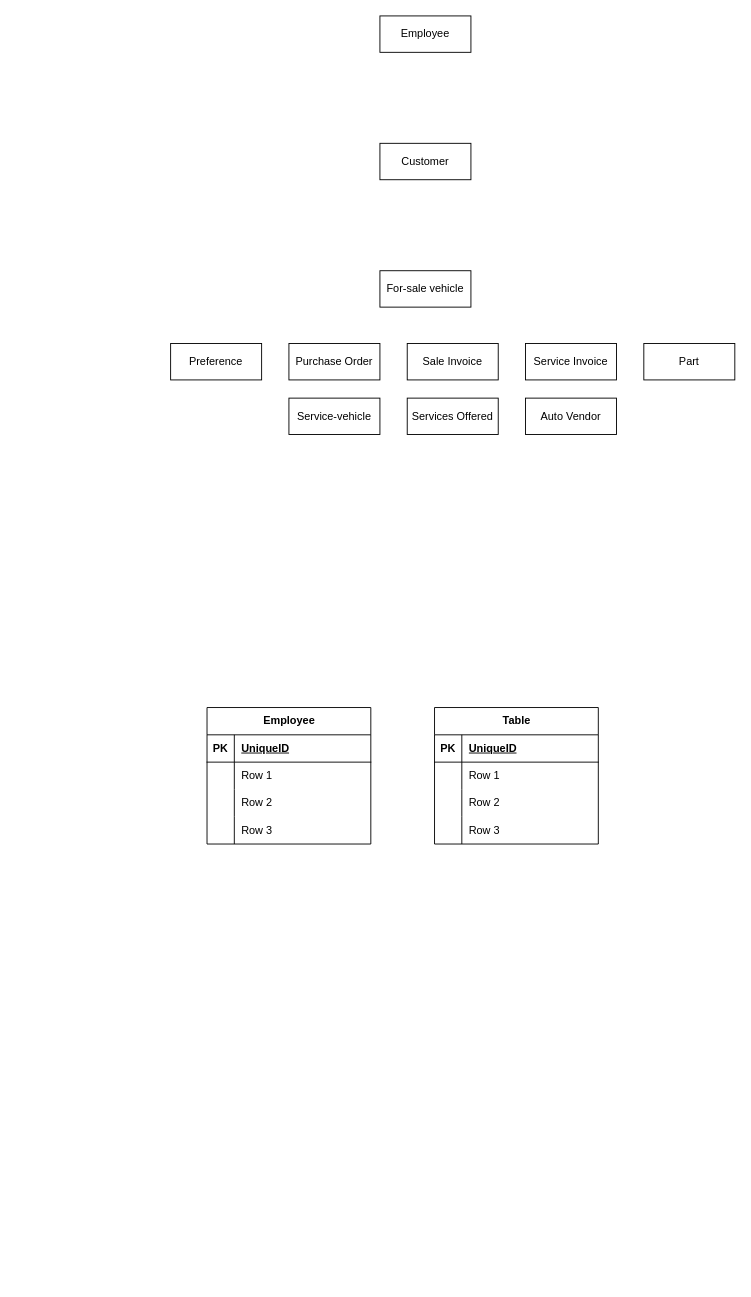
This is ERDProject.drawio from jocamp11/BUS393Project, a draw.io file, before an edit. Source tidied: cells renumbered, new cells numbered last; positions are measured from the earlier drawing's top-left corner, leaving out a move shared by most shapes. Both pictures are drawn from the tidied source at 91%, with x=0, y=0 at pixel (170, 15).
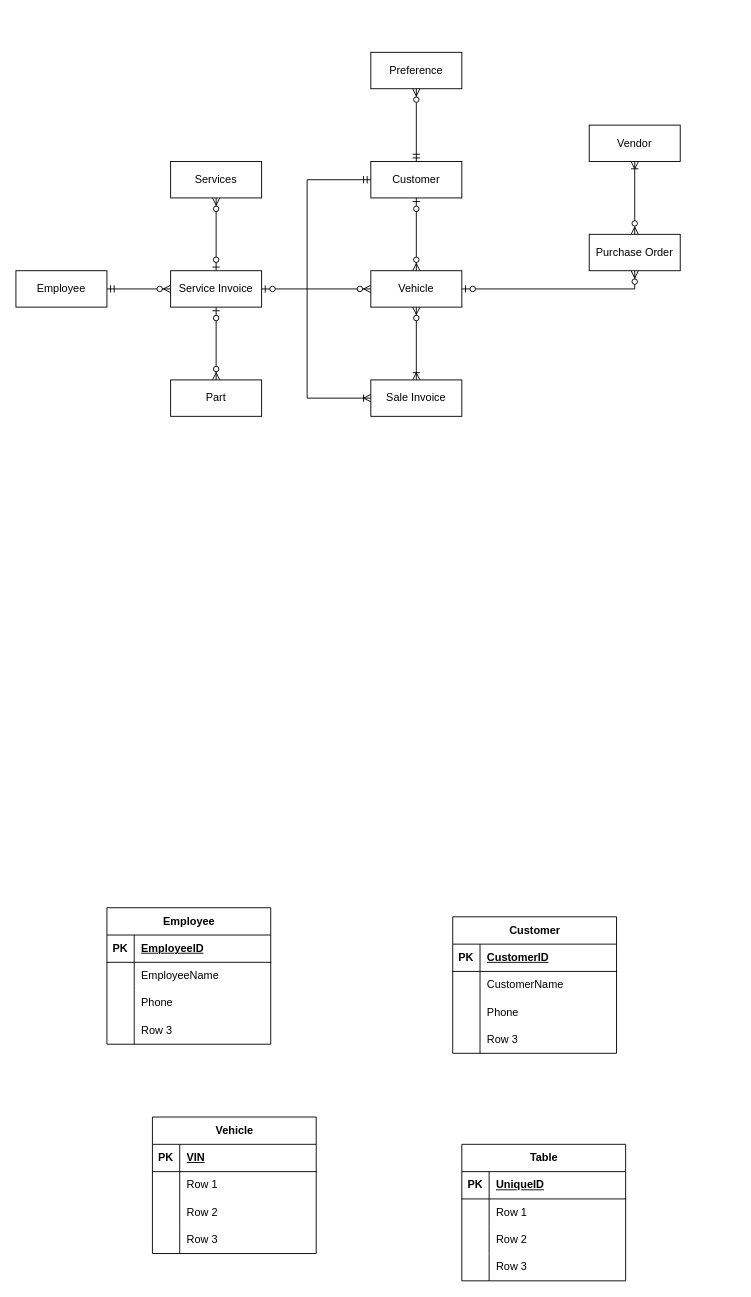
The same page after the edit.

The change refers to these unchanged cells:
```xml
<mxCell id="14" style="shape=tableRow;horizontal=0;startSize=0;swimlaneHead=0;swimlaneBody=0;fillColor=none;top=0;left=0;right=0;bottom=1;" parent="13" vertex="1">
  <mxGeometry y="30" width="180" height="30" as="geometry" />
</mxCell>
<mxCell id="17" style="shape=tableRow;horizontal=0;startSize=0;swimlaneHead=0;swimlaneBody=0;fillColor=none;top=0;left=0;right=0;bottom=0;" parent="13" vertex="1">
  <mxGeometry y="60" width="180" height="30" as="geometry" />
</mxCell>
<mxCell id="20" style="shape=tableRow;horizontal=0;startSize=0;swimlaneHead=0;swimlaneBody=0;fillColor=none;top=0;left=0;right=0;bottom=0;" parent="13" vertex="1">
  <mxGeometry y="90" width="180" height="30" as="geometry" />
</mxCell>
<mxCell id="27" style="shape=tableRow;horizontal=0;startSize=0;swimlaneHead=0;swimlaneBody=0;fillColor=none;top=0;left=0;right=0;bottom=1;" parent="26" vertex="1">
  <mxGeometry y="30" width="180" height="30" as="geometry" />
</mxCell>
<mxCell id="30" style="shape=tableRow;horizontal=0;startSize=0;swimlaneHead=0;swimlaneBody=0;fillColor=none;top=0;left=0;right=0;bottom=0;" parent="26" vertex="1">
  <mxGeometry y="60" width="180" height="30" as="geometry" />
</mxCell>
<mxCell id="33" style="shape=tableRow;horizontal=0;startSize=0;swimlaneHead=0;swimlaneBody=0;fillColor=none;top=0;left=0;right=0;bottom=0;" parent="26" vertex="1">
  <mxGeometry y="90" width="180" height="30" as="geometry" />
</mxCell>
```

The edit, as a diff of the source:
```diff
@@
     <mxCell id="2" value="Preference" style="whiteSpace=wrap;html=1;align=center;" parent="1" vertex="1">
-      <mxGeometry y="360" width="100" height="40" as="geometry" />
+      <mxGeometry x="220" y="40" width="100" height="40" as="geometry" />
     </mxCell>
     <mxCell id="3" value="Sale Invoice" style="whiteSpace=wrap;html=1;align=center;" parent="1" vertex="1">
-      <mxGeometry x="260" y="360" width="100" height="40" as="geometry" />
+      <mxGeometry x="220" y="400" width="100" height="40" as="geometry" />
     </mxCell>
-    <mxCell id="4" value="Auto Vendor" style="whiteSpace=wrap;html=1;align=center;" parent="1" vertex="1">
-      <mxGeometry x="390" y="420" width="100" height="40" as="geometry" />
+    <mxCell id="4" value="Vendor" style="whiteSpace=wrap;html=1;align=center;" parent="1" vertex="1">
+      <mxGeometry x="460" y="120" width="100" height="40" as="geometry" />
     </mxCell>
     <mxCell id="5" value="Customer" style="whiteSpace=wrap;html=1;align=center;" parent="1" vertex="1">
-      <mxGeometry x="230" y="140" width="100" height="40" as="geometry" />
+      <mxGeometry x="220" y="160" width="100" height="40" as="geometry" />
     </mxCell>
     <mxCell id="6" value="Purchase Order" style="whiteSpace=wrap;html=1;align=center;" parent="1" vertex="1">
-      <mxGeometry x="130" y="360" width="100" height="40" as="geometry" />
+      <mxGeometry x="460" y="240" width="100" height="40" as="geometry" />
     </mxCell>
     <mxCell id="7" value="Employee" style="whiteSpace=wrap;html=1;align=center;" parent="1" vertex="1">
-      <mxGeometry x="230" width="100" height="40" as="geometry" />
+      <mxGeometry x="-170" y="280" width="100" height="40" as="geometry" />
     </mxCell>
-    <mxCell id="8" value="For-sale vehicle" style="whiteSpace=wrap;html=1;align=center;" parent="1" vertex="1">
-      <mxGeometry x="230" y="280" width="100" height="40" as="geometry" />
-    </mxCell>
-    <mxCell id="9" value="Service-vehicle" style="whiteSpace=wrap;html=1;align=center;" parent="1" vertex="1">
-      <mxGeometry x="130" y="420" width="100" height="40" as="geometry" />
-    </mxCell>
     <mxCell id="10" value="Service Invoice" style="whiteSpace=wrap;html=1;align=center;" parent="1" vertex="1">
-      <mxGeometry x="390" y="360" width="100" height="40" as="geometry" />
+      <mxGeometry y="280" width="100" height="40" as="geometry" />
     </mxCell>
-    <mxCell id="11" value="Services Offered" style="whiteSpace=wrap;html=1;align=center;" parent="1" vertex="1">
-      <mxGeometry x="260" y="420" width="100" height="40" as="geometry" />
+    <mxCell id="11" value="Services " style="whiteSpace=wrap;html=1;align=center;" parent="1" vertex="1">
+      <mxGeometry y="160" width="100" height="40" as="geometry" />
     </mxCell>
     <mxCell id="12" value="Part" style="whiteSpace=wrap;html=1;align=center;" parent="1" vertex="1">
-      <mxGeometry x="520" y="360" width="100" height="40" as="geometry" />
+      <mxGeometry y="400" width="100" height="40" as="geometry" />
     </mxCell>
     <mxCell id="13" value="Employee" style="shape=table;startSize=30;childLayout=tableLayout;rowLines=0;fontStyle=1;align=center;html=1;" parent="1" vertex="1">
-      <mxGeometry x="40" y="760" width="180" height="150" as="geometry" />
+      <mxGeometry x="-70" y="980" width="180" height="150" as="geometry" />
     </mxCell>
@@
-    <mxCell id="16" value="UniqueID" style="shape=partialRectangle;fillColor=none;top=0;left=0;bottom=0;right=0;align=left;spacingLeft=6;fontStyle=5;overflow=hidden;whiteSpace=wrap;html=1;" parent="14" vertex="1">
+    <mxCell id="16" value="EmployeeID" style="shape=partialRectangle;fillColor=none;top=0;left=0;bottom=0;right=0;align=left;spacingLeft=6;fontStyle=5;overflow=hidden;whiteSpace=wrap;html=1;" parent="14" vertex="1">
       <mxGeometry x="30" width="150" height="30" as="geometry" />
     </mxCell>
@@
-    <mxCell id="19" value="Row 1" style="shape=partialRectangle;fillColor=none;top=0;left=0;bottom=0;right=0;align=left;spacingLeft=6;overflow=hidden;whiteSpace=wrap;html=1;" parent="17" vertex="1">
+    <mxCell id="19" value="EmployeeName" style="shape=partialRectangle;fillColor=none;top=0;left=0;bottom=0;right=0;align=left;spacingLeft=6;overflow=hidden;whiteSpace=wrap;html=1;" parent="17" vertex="1">
       <mxGeometry x="30" width="150" height="30" as="geometry" />
     </mxCell>
@@
-    <mxCell id="22" value="Row 2" style="shape=partialRectangle;fillColor=none;top=0;left=0;bottom=0;right=0;align=left;spacingLeft=6;overflow=hidden;whiteSpace=wrap;html=1;" parent="20" vertex="1">
+    <mxCell id="22" value="Phone" style="shape=partialRectangle;fillColor=none;top=0;left=0;bottom=0;right=0;align=left;spacingLeft=6;overflow=hidden;whiteSpace=wrap;html=1;" parent="20" vertex="1">
       <mxGeometry x="30" width="150" height="30" as="geometry" />
     </mxCell>
@@
-    <mxCell id="26" value="Table" style="shape=table;startSize=30;childLayout=tableLayout;rowLines=0;fontStyle=1;align=center;html=1;" parent="1" vertex="1">
-      <mxGeometry x="290" y="760" width="180" height="150" as="geometry" />
+    <mxCell id="26" value="Customer" style="shape=table;startSize=30;childLayout=tableLayout;rowLines=0;fontStyle=1;align=center;html=1;" parent="1" vertex="1">
+      <mxGeometry x="310" y="990" width="180" height="150" as="geometry" />
     </mxCell>
@@
-    <mxCell id="29" value="UniqueID" style="shape=partialRectangle;fillColor=none;top=0;left=0;bottom=0;right=0;align=left;spacingLeft=6;fontStyle=5;overflow=hidden;whiteSpace=wrap;html=1;" parent="27" vertex="1">
+    <mxCell id="29" value="CustomerID" style="shape=partialRectangle;fillColor=none;top=0;left=0;bottom=0;right=0;align=left;spacingLeft=6;fontStyle=5;overflow=hidden;whiteSpace=wrap;html=1;" parent="27" vertex="1">
       <mxGeometry x="30" width="150" height="30" as="geometry" />
     </mxCell>
@@
-    <mxCell id="32" value="Row 1" style="shape=partialRectangle;fillColor=none;top=0;left=0;bottom=0;right=0;align=left;spacingLeft=6;overflow=hidden;whiteSpace=wrap;html=1;" parent="30" vertex="1">
+    <mxCell id="32" value="CustomerName" style="shape=partialRectangle;fillColor=none;top=0;left=0;bottom=0;right=0;align=left;spacingLeft=6;overflow=hidden;whiteSpace=wrap;html=1;" parent="30" vertex="1">
       <mxGeometry x="30" width="150" height="30" as="geometry" />
     </mxCell>
@@
-    <mxCell id="35" value="Row 2" style="shape=partialRectangle;fillColor=none;top=0;left=0;bottom=0;right=0;align=left;spacingLeft=6;overflow=hidden;whiteSpace=wrap;html=1;" parent="33" vertex="1">
+    <mxCell id="35" value="Phone" style="shape=partialRectangle;fillColor=none;top=0;left=0;bottom=0;right=0;align=left;spacingLeft=6;overflow=hidden;whiteSpace=wrap;html=1;" parent="33" vertex="1">
       <mxGeometry x="30" width="150" height="30" as="geometry" />
     </mxCell>
@@
+    <mxCell id="39" value="Vehicle" style="whiteSpace=wrap;html=1;align=center;" parent="1" vertex="1">
+      <mxGeometry x="220" y="280" width="100" height="40" as="geometry" />
+    </mxCell>
+    <mxCell id="40" style="fontSize=12;html=1;endArrow=ERzeroToMany;startArrow=ERzeroToOne;rounded=0;entryX=0.5;entryY=0;entryDx=0;entryDy=0;exitX=0.5;exitY=1;exitDx=0;exitDy=0;" parent="1" edge="1" source="5" target="39">
+      <mxGeometry relative="1" as="geometry" />
+    </mxCell>
+    <mxCell id="41" style="fontSize=12;html=1;endArrow=ERzeroToMany;startArrow=ERzeroToOne;rounded=0;entryX=0.5;entryY=1;entryDx=0;entryDy=0;exitX=1;exitY=0.5;exitDx=0;exitDy=0;" parent="1" edge="1" source="39" target="6">
+      <mxGeometry relative="1" as="geometry">
+        <Array as="points">
+          <mxPoint x="510" y="300" />
+        </Array>
+      </mxGeometry>
+    </mxCell>
+    <mxCell id="42" style="fontSize=12;html=1;endArrow=ERzeroToMany;startArrow=ERzeroToOne;rounded=0;entryX=0;entryY=0.5;entryDx=0;entryDy=0;exitX=1;exitY=0.5;exitDx=0;exitDy=0;" parent="1" edge="1" source="10" target="39">
+      <mxGeometry relative="1" as="geometry" />
+    </mxCell>
+    <mxCell id="43" style="fontSize=12;html=1;endArrow=ERzeroToMany;startArrow=ERzeroToOne;rounded=0;exitX=0.5;exitY=1;exitDx=0;exitDy=0;entryX=0.5;entryY=0;entryDx=0;entryDy=0;" parent="1" edge="1" source="10" target="12">
+      <mxGeometry relative="1" as="geometry" />
+    </mxCell>
+    <mxCell id="44" style="fontSize=12;html=1;endArrow=ERzeroToMany;startArrow=ERzeroToOne;rounded=0;entryX=0.5;entryY=1;entryDx=0;entryDy=0;exitX=0.5;exitY=0;exitDx=0;exitDy=0;" parent="1" edge="1" source="10" target="11">
+      <mxGeometry relative="1" as="geometry" />
+    </mxCell>
+    <mxCell id="45" style="fontSize=12;html=1;endArrow=ERoneToMany;startArrow=ERzeroToMany;rounded=0;entryX=0.5;entryY=1;entryDx=0;entryDy=0;exitX=0.5;exitY=0;exitDx=0;exitDy=0;" parent="1" edge="1" source="6" target="4">
+      <mxGeometry relative="1" as="geometry" />
+    </mxCell>
+    <mxCell id="46" style="fontSize=12;html=1;endArrow=ERzeroToMany;startArrow=ERmandOne;rounded=0;entryX=0;entryY=0.5;entryDx=0;entryDy=0;exitX=1;exitY=0.5;exitDx=0;exitDy=0;" parent="1" edge="1" source="7" target="10">
+      <mxGeometry relative="1" as="geometry" />
+    </mxCell>
+    <mxCell id="47" style="fontSize=12;html=1;endArrow=ERoneToMany;startArrow=ERzeroToMany;rounded=0;exitX=0.5;exitY=1;exitDx=0;exitDy=0;entryX=0.5;entryY=0;entryDx=0;entryDy=0;" parent="1" edge="1" source="39" target="3">
+      <mxGeometry relative="1" as="geometry" />
+    </mxCell>
+    <mxCell id="48" style="fontSize=12;html=1;endArrow=ERoneToMany;startArrow=ERmandOne;rounded=0;entryX=0;entryY=0.5;entryDx=0;entryDy=0;exitX=0;exitY=0.5;exitDx=0;exitDy=0;" parent="1" edge="1" source="5" target="3">
+      <mxGeometry relative="1" as="geometry">
+        <Array as="points">
+          <mxPoint x="150" y="180" />
+          <mxPoint x="150" y="300" />
+          <mxPoint x="150" y="420" />
+        </Array>
+      </mxGeometry>
+    </mxCell>
+    <mxCell id="49" value="Vehicle" style="shape=table;startSize=30;childLayout=tableLayout;rowLines=0;fontStyle=1;align=center;html=1;" parent="1" vertex="1">
+      <mxGeometry x="-20" y="1210" width="180" height="150" as="geometry" />
+    </mxCell>
+    <mxCell id="50" style="shape=tableRow;horizontal=0;startSize=0;swimlaneHead=0;swimlaneBody=0;fillColor=none;top=0;left=0;right=0;bottom=1;" parent="49" vertex="1">
+      <mxGeometry y="30" width="180" height="30" as="geometry" />
+    </mxCell>
+    <mxCell id="51" value="PK" style="shape=partialRectangle;fillColor=none;top=0;left=0;bottom=0;right=0;fontStyle=1;overflow=hidden;whiteSpace=wrap;html=1;" parent="50" vertex="1">
+      <mxGeometry width="30" height="30" as="geometry" />
+    </mxCell>
+    <mxCell id="52" value="VIN" style="shape=partialRectangle;fillColor=none;top=0;left=0;bottom=0;right=0;align=left;spacingLeft=6;fontStyle=5;overflow=hidden;whiteSpace=wrap;html=1;" parent="50" vertex="1">
+      <mxGeometry x="30" width="150" height="30" as="geometry" />
+    </mxCell>
+    <mxCell id="53" style="shape=tableRow;horizontal=0;startSize=0;swimlaneHead=0;swimlaneBody=0;fillColor=none;top=0;left=0;right=0;bottom=0;" parent="49" vertex="1">
+      <mxGeometry y="60" width="180" height="30" as="geometry" />
+    </mxCell>
+    <mxCell id="54" style="shape=partialRectangle;fillColor=none;top=0;left=0;bottom=0;right=0;overflow=hidden;whiteSpace=wrap;html=1;" parent="53" vertex="1">
+      <mxGeometry width="30" height="30" as="geometry" />
+    </mxCell>
+    <mxCell id="55" value="Row 1" style="shape=partialRectangle;fillColor=none;top=0;left=0;bottom=0;right=0;align=left;spacingLeft=6;overflow=hidden;whiteSpace=wrap;html=1;" parent="53" vertex="1">
+      <mxGeometry x="30" width="150" height="30" as="geometry" />
+    </mxCell>
+    <mxCell id="56" style="shape=tableRow;horizontal=0;startSize=0;swimlaneHead=0;swimlaneBody=0;fillColor=none;top=0;left=0;right=0;bottom=0;" parent="49" vertex="1">
+      <mxGeometry y="90" width="180" height="30" as="geometry" />
+    </mxCell>
+    <mxCell id="57" style="shape=partialRectangle;fillColor=none;top=0;left=0;bottom=0;right=0;overflow=hidden;whiteSpace=wrap;html=1;" parent="56" vertex="1">
+      <mxGeometry width="30" height="30" as="geometry" />
+    </mxCell>
+    <mxCell id="58" value="Row 2" style="shape=partialRectangle;fillColor=none;top=0;left=0;bottom=0;right=0;align=left;spacingLeft=6;overflow=hidden;whiteSpace=wrap;html=1;" parent="56" vertex="1">
+      <mxGeometry x="30" width="150" height="30" as="geometry" />
+    </mxCell>
+    <mxCell id="59" style="shape=tableRow;horizontal=0;startSize=0;swimlaneHead=0;swimlaneBody=0;fillColor=none;top=0;left=0;right=0;bottom=0;" parent="49" vertex="1">
+      <mxGeometry y="120" width="180" height="30" as="geometry" />
+    </mxCell>
+    <mxCell id="60" style="shape=partialRectangle;fillColor=none;top=0;left=0;bottom=0;right=0;overflow=hidden;whiteSpace=wrap;html=1;" parent="59" vertex="1">
+      <mxGeometry width="30" height="30" as="geometry" />
+    </mxCell>
+    <mxCell id="61" value="Row 3" style="shape=partialRectangle;fillColor=none;top=0;left=0;bottom=0;right=0;align=left;spacingLeft=6;overflow=hidden;whiteSpace=wrap;html=1;" parent="59" vertex="1">
+      <mxGeometry x="30" width="150" height="30" as="geometry" />
+    </mxCell>
+    <mxCell id="62" value="Table" style="shape=table;startSize=30;childLayout=tableLayout;rowLines=0;fontStyle=1;align=center;html=1;" parent="1" vertex="1">
+      <mxGeometry x="320" y="1240" width="180" height="150" as="geometry" />
+    </mxCell>
+    <mxCell id="63" style="shape=tableRow;horizontal=0;startSize=0;swimlaneHead=0;swimlaneBody=0;fillColor=none;top=0;left=0;right=0;bottom=1;" parent="62" vertex="1">
+      <mxGeometry y="30" width="180" height="30" as="geometry" />
+    </mxCell>
+    <mxCell id="64" value="PK" style="shape=partialRectangle;fillColor=none;top=0;left=0;bottom=0;right=0;fontStyle=1;overflow=hidden;whiteSpace=wrap;html=1;" parent="63" vertex="1">
+      <mxGeometry width="30" height="30" as="geometry" />
+    </mxCell>
+    <mxCell id="65" value="UniqueID" style="shape=partialRectangle;fillColor=none;top=0;left=0;bottom=0;right=0;align=left;spacingLeft=6;fontStyle=5;overflow=hidden;whiteSpace=wrap;html=1;" parent="63" vertex="1">
+      <mxGeometry x="30" width="150" height="30" as="geometry" />
+    </mxCell>
+    <mxCell id="66" style="shape=tableRow;horizontal=0;startSize=0;swimlaneHead=0;swimlaneBody=0;fillColor=none;top=0;left=0;right=0;bottom=0;" parent="62" vertex="1">
+      <mxGeometry y="60" width="180" height="30" as="geometry" />
+    </mxCell>
+    <mxCell id="67" style="shape=partialRectangle;fillColor=none;top=0;left=0;bottom=0;right=0;overflow=hidden;whiteSpace=wrap;html=1;" parent="66" vertex="1">
+      <mxGeometry width="30" height="30" as="geometry" />
+    </mxCell>
+    <mxCell id="68" value="Row 1" style="shape=partialRectangle;fillColor=none;top=0;left=0;bottom=0;right=0;align=left;spacingLeft=6;overflow=hidden;whiteSpace=wrap;html=1;" parent="66" vertex="1">
+      <mxGeometry x="30" width="150" height="30" as="geometry" />
+    </mxCell>
+    <mxCell id="69" style="shape=tableRow;horizontal=0;startSize=0;swimlaneHead=0;swimlaneBody=0;fillColor=none;top=0;left=0;right=0;bottom=0;" parent="62" vertex="1">
+      <mxGeometry y="90" width="180" height="30" as="geometry" />
+    </mxCell>
+    <mxCell id="70" style="shape=partialRectangle;fillColor=none;top=0;left=0;bottom=0;right=0;overflow=hidden;whiteSpace=wrap;html=1;" parent="69" vertex="1">
+      <mxGeometry width="30" height="30" as="geometry" />
+    </mxCell>
+    <mxCell id="71" value="Row 2" style="shape=partialRectangle;fillColor=none;top=0;left=0;bottom=0;right=0;align=left;spacingLeft=6;overflow=hidden;whiteSpace=wrap;html=1;" parent="69" vertex="1">
+      <mxGeometry x="30" width="150" height="30" as="geometry" />
+    </mxCell>
+    <mxCell id="72" style="shape=tableRow;horizontal=0;startSize=0;swimlaneHead=0;swimlaneBody=0;fillColor=none;top=0;left=0;right=0;bottom=0;" parent="62" vertex="1">
+      <mxGeometry y="120" width="180" height="30" as="geometry" />
+    </mxCell>
+    <mxCell id="73" style="shape=partialRectangle;fillColor=none;top=0;left=0;bottom=0;right=0;overflow=hidden;whiteSpace=wrap;html=1;" parent="72" vertex="1">
+      <mxGeometry width="30" height="30" as="geometry" />
+    </mxCell>
+    <mxCell id="74" value="Row 3" style="shape=partialRectangle;fillColor=none;top=0;left=0;bottom=0;right=0;align=left;spacingLeft=6;overflow=hidden;whiteSpace=wrap;html=1;" parent="72" vertex="1">
+      <mxGeometry x="30" width="150" height="30" as="geometry" />
+    </mxCell>
+    <mxCell id="75" style="fontSize=12;html=1;endArrow=ERzeroToMany;startArrow=ERmandOne;rounded=0;entryX=0.5;entryY=1;entryDx=0;entryDy=0;exitX=0.5;exitY=0;exitDx=0;exitDy=0;" parent="1" edge="1" source="5" target="2">
+      <mxGeometry relative="1" as="geometry" />
+    </mxCell>
```
